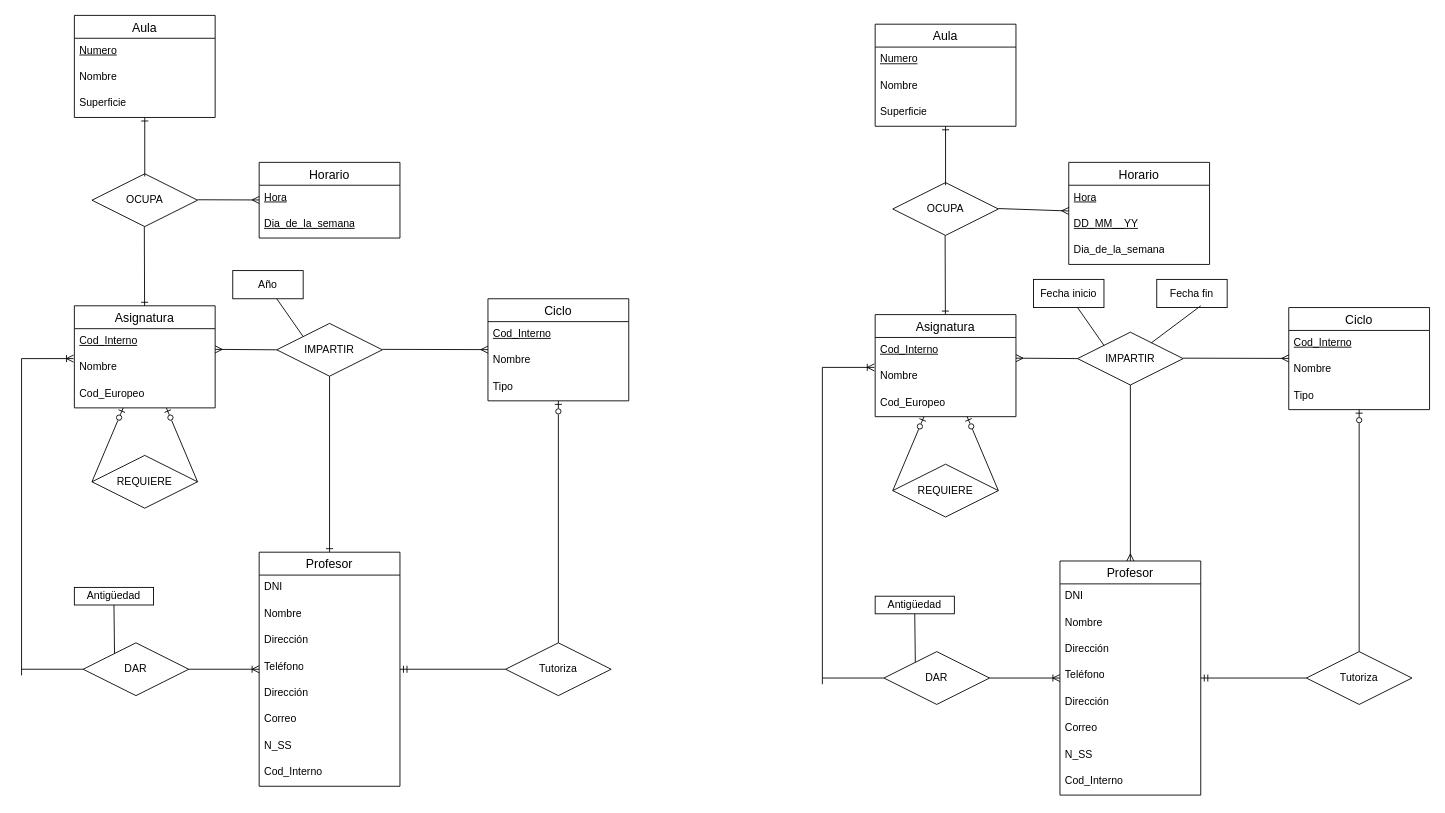
Before: TA12Ej17.drawio in AlejandroCara/acr-tsys-modeloER-drawio-1110, a draw.io diagram. Source tidied: cells renumbered, new cells numbered last; positions are measured from the earlier drawing's top-left corner, leaving out a move shared by most shapes. Both pictures are drawn from the tidied source at 88%, with x=0, y=0 at pixel (21, 15).
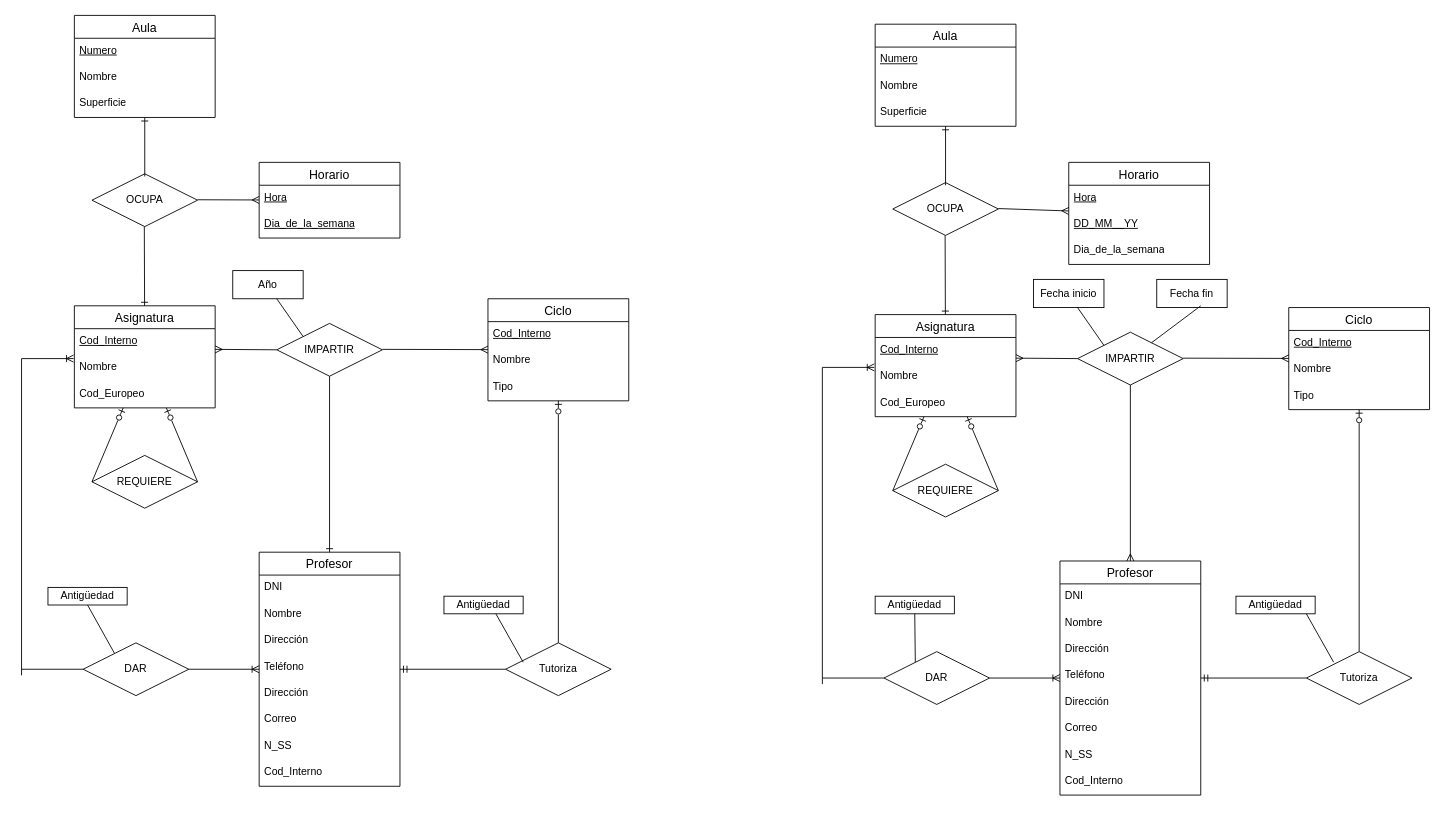
The same page after the edit.

Change to the diagram source:
```diff
@@
     <mxCell id="47" value="Antigüedad" style="whiteSpace=wrap;html=1;align=center;" parent="1" vertex="1">
-      <mxGeometry x="60" y="650" width="90" height="20" as="geometry" />
+      <mxGeometry x="30" y="650" width="90" height="20" as="geometry" />
     </mxCell>
@@
+    <mxCell id="99" value="Antigüedad" style="whiteSpace=wrap;html=1;align=center;" parent="1" vertex="1">
+      <mxGeometry x="480" y="660" width="90" height="20" as="geometry" />
+    </mxCell>
+    <mxCell id="100" style="endArrow=none;html=1;rounded=0;entryX=0.5;entryY=1;entryDx=0;entryDy=0;exitX=0.297;exitY=0.2;exitDx=0;exitDy=0;exitPerimeter=0;" parent="1" edge="1">
+      <mxGeometry relative="1" as="geometry">
+        <mxPoint x="570" y="735" as="sourcePoint" />
+        <mxPoint x="539" y="680" as="targetPoint" />
+      </mxGeometry>
+    </mxCell>
+    <mxCell id="101" value="Antigüedad" style="whiteSpace=wrap;html=1;align=center;" parent="1" vertex="1">
+      <mxGeometry x="1380" y="660" width="90" height="20" as="geometry" />
+    </mxCell>
+    <mxCell id="102" style="endArrow=none;html=1;rounded=0;entryX=0.5;entryY=1;entryDx=0;entryDy=0;exitX=0.297;exitY=0.2;exitDx=0;exitDy=0;exitPerimeter=0;" parent="1" edge="1">
+      <mxGeometry relative="1" as="geometry">
+        <mxPoint x="1491" y="735" as="sourcePoint" />
+        <mxPoint x="1460" y="680" as="targetPoint" />
+      </mxGeometry>
+    </mxCell>
```
